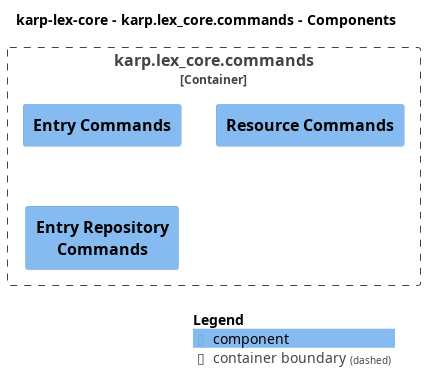
spraakbanken/karp-backend keeps this PlantUML diagram as docs/karp-backend/docs/system-overview/master/png/Component-002.png. Above is the earlier version. The source it was exported from:
```plantuml
@startuml
set separator none
title karp-lex-core - karp.lex_core.commands - Components

top to bottom direction

!include <C4/C4>
!include <C4/C4_Context>
!include <C4/C4_Component>

Container_Boundary("karplexcore.karplex_corecommands_boundary", "karp.lex_core.commands", $tags="") {
  Component(karplexcore.karplex_corecommands.EntryCommands, "Entry Commands", $techn="", $descr="", $tags="", $link="")
  Component(karplexcore.karplex_corecommands.ResourceCommands, "Resource Commands", $techn="", $descr="", $tags="", $link="")
  Component(karplexcore.karplex_corecommands.EntryRepositoryCommands, "Entry Repository Commands", $techn="", $descr="", $tags="", $link="")
}


SHOW_LEGEND(true)
@enduml
```
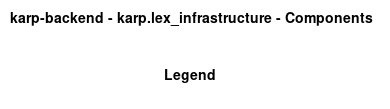
The same file after the commit.

What changed in the source:
```diff
@@ -1,18 +1,11 @@
 @startuml
 set separator none
-title karp-lex-core - karp.lex_core.commands - Components
+title karp-backend - karp.lex_infrastructure - Components
 
 top to bottom direction
 
 !include <C4/C4>
 !include <C4/C4_Context>
-!include <C4/C4_Component>
-
-Container_Boundary("karplexcore.karplex_corecommands_boundary", "karp.lex_core.commands", $tags="") {
-  Component(karplexcore.karplex_corecommands.EntryCommands, "Entry Commands", $techn="", $descr="", $tags="", $link="")
-  Component(karplexcore.karplex_corecommands.ResourceCommands, "Resource Commands", $techn="", $descr="", $tags="", $link="")
-  Component(karplexcore.karplex_corecommands.EntryRepositoryCommands, "Entry Repository Commands", $techn="", $descr="", $tags="", $link="")
-}
 
 
 SHOW_LEGEND(true)
```
